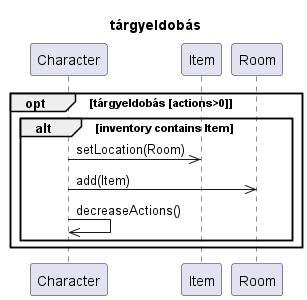
Before: out/diagramms/src/drop_pickup/drop.png, a diagram exported from PlantUML (kipolaris/skyrimscriptsuttogok).
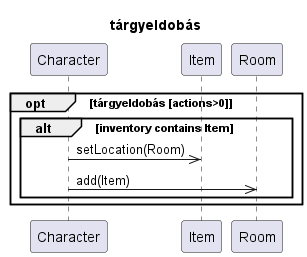
After the change.

Change to the diagram source:
```diff
@@ -10,7 +10,6 @@
     alt inventory contains Item
         char->>t : setLocation(Room)
         char->>sz : add(Item)
-        char->>char : decreaseActions()
     end
 end
 
```
